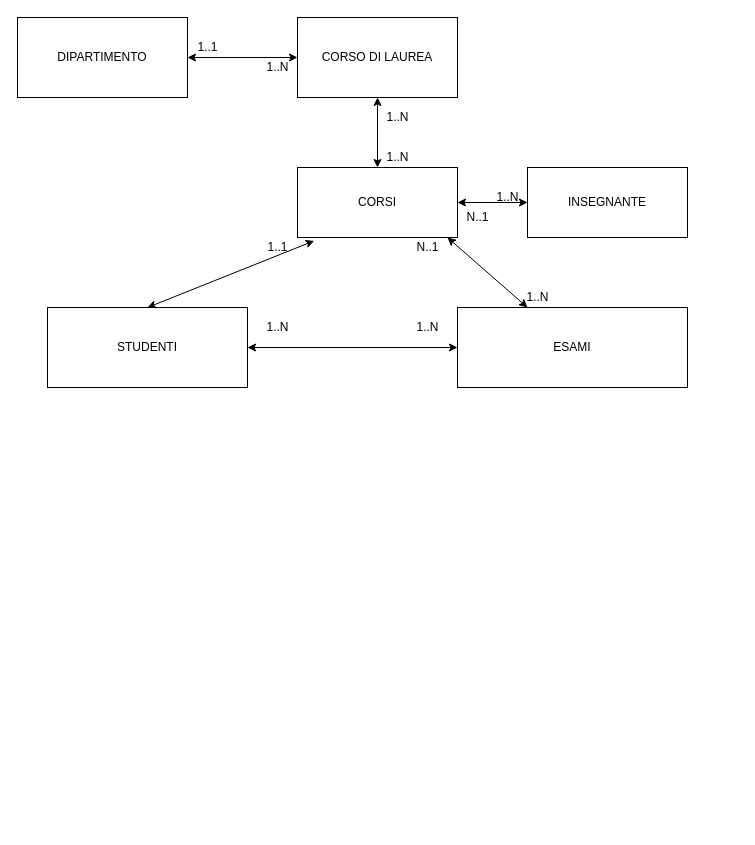
The draw.io diagram Untitled Diagram.drawio in Antoniok2/db-university, before the edit. Source tidied: cells renumbered, new cells numbered last; positions are measured from the earlier drawing's top-left corner, leaving out a move shared by most shapes. Both pictures are drawn from the tidied source at 100%, with x=0, y=0 at pixel (17, 17).
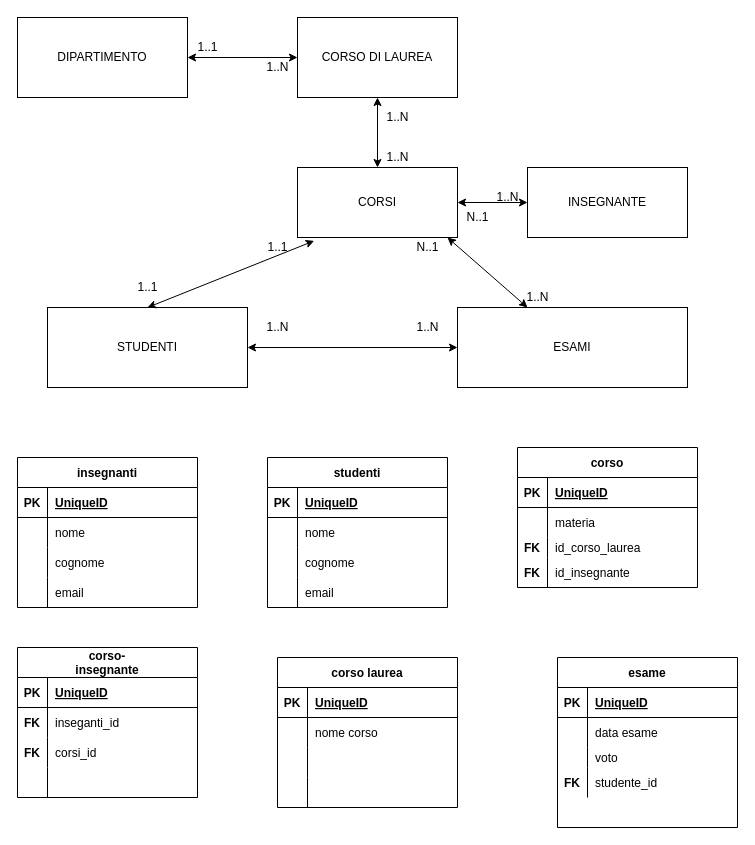
The same diagram, later.

Diff of the diagram source:
```diff
@@
+    <mxCell id="25" value="insegnanti" style="shape=table;startSize=30;childLayout=tableLayout;rowLines=0;fontStyle=1;align=center;" parent="1" vertex="1">
+      <mxGeometry y="440" width="180" height="150" as="geometry" />
+    </mxCell>
+    <mxCell id="26" style="shape=tableRow;horizontal=0;startSize=0;swimlaneHead=0;swimlaneBody=0;fillColor=none;top=0;left=0;right=0;bottom=1;" parent="25" vertex="1">
+      <mxGeometry y="30" width="180" height="30" as="geometry" />
+    </mxCell>
+    <mxCell id="27" value="PK" style="shape=partialRectangle;fillColor=none;top=0;left=0;bottom=0;right=0;fontStyle=1;overflow=hidden;" parent="26" vertex="1">
+      <mxGeometry width="30" height="30" as="geometry" />
+    </mxCell>
+    <mxCell id="28" value="UniqueID" style="shape=partialRectangle;fillColor=none;top=0;left=0;bottom=0;right=0;align=left;spacingLeft=6;fontStyle=5;overflow=hidden;" parent="26" vertex="1">
+      <mxGeometry x="30" width="150" height="30" as="geometry" />
+    </mxCell>
+    <mxCell id="29" style="shape=tableRow;horizontal=0;startSize=0;swimlaneHead=0;swimlaneBody=0;fillColor=none;top=0;left=0;right=0;bottom=0;" parent="25" vertex="1">
+      <mxGeometry y="60" width="180" height="30" as="geometry" />
+    </mxCell>
+    <mxCell id="30" style="shape=partialRectangle;fillColor=none;top=0;left=0;bottom=0;right=0;overflow=hidden;" parent="29" vertex="1">
+      <mxGeometry width="30" height="30" as="geometry" />
+    </mxCell>
+    <mxCell id="31" value="nome" style="shape=partialRectangle;fillColor=none;top=0;left=0;bottom=0;right=0;align=left;spacingLeft=6;overflow=hidden;" parent="29" vertex="1">
+      <mxGeometry x="30" width="150" height="30" as="geometry" />
+    </mxCell>
+    <mxCell id="32" style="shape=tableRow;horizontal=0;startSize=0;swimlaneHead=0;swimlaneBody=0;fillColor=none;top=0;left=0;right=0;bottom=0;" parent="25" vertex="1">
+      <mxGeometry y="90" width="180" height="30" as="geometry" />
+    </mxCell>
+    <mxCell id="33" style="shape=partialRectangle;fillColor=none;top=0;left=0;bottom=0;right=0;overflow=hidden;" parent="32" vertex="1">
+      <mxGeometry width="30" height="30" as="geometry" />
+    </mxCell>
+    <mxCell id="34" value="cognome" style="shape=partialRectangle;fillColor=none;top=0;left=0;bottom=0;right=0;align=left;spacingLeft=6;overflow=hidden;" parent="32" vertex="1">
+      <mxGeometry x="30" width="150" height="30" as="geometry" />
+    </mxCell>
+    <mxCell id="35" style="shape=tableRow;horizontal=0;startSize=0;swimlaneHead=0;swimlaneBody=0;fillColor=none;top=0;left=0;right=0;bottom=0;" parent="25" vertex="1">
+      <mxGeometry y="120" width="180" height="30" as="geometry" />
+    </mxCell>
+    <mxCell id="36" style="shape=partialRectangle;fillColor=none;top=0;left=0;bottom=0;right=0;overflow=hidden;" parent="35" vertex="1">
+      <mxGeometry width="30" height="30" as="geometry" />
+    </mxCell>
+    <mxCell id="37" value="email" style="shape=partialRectangle;fillColor=none;top=0;left=0;bottom=0;right=0;align=left;spacingLeft=6;overflow=hidden;" parent="35" vertex="1">
+      <mxGeometry x="30" width="150" height="30" as="geometry" />
+    </mxCell>
+    <mxCell id="38" value="studenti" style="shape=table;startSize=30;childLayout=tableLayout;rowLines=0;fontStyle=1;align=center;" parent="1" vertex="1">
+      <mxGeometry x="250" y="440" width="180" height="150" as="geometry" />
+    </mxCell>
+    <mxCell id="39" style="shape=tableRow;horizontal=0;startSize=0;swimlaneHead=0;swimlaneBody=0;fillColor=none;top=0;left=0;right=0;bottom=1;" parent="38" vertex="1">
+      <mxGeometry y="30" width="180" height="30" as="geometry" />
+    </mxCell>
+    <mxCell id="40" value="PK" style="shape=partialRectangle;fillColor=none;top=0;left=0;bottom=0;right=0;fontStyle=1;overflow=hidden;" parent="39" vertex="1">
+      <mxGeometry width="30" height="30" as="geometry" />
+    </mxCell>
+    <mxCell id="41" value="UniqueID" style="shape=partialRectangle;fillColor=none;top=0;left=0;bottom=0;right=0;align=left;spacingLeft=6;fontStyle=5;overflow=hidden;" parent="39" vertex="1">
+      <mxGeometry x="30" width="150" height="30" as="geometry" />
+    </mxCell>
+    <mxCell id="42" style="shape=tableRow;horizontal=0;startSize=0;swimlaneHead=0;swimlaneBody=0;fillColor=none;top=0;left=0;right=0;bottom=0;" parent="38" vertex="1">
+      <mxGeometry y="60" width="180" height="30" as="geometry" />
+    </mxCell>
+    <mxCell id="43" style="shape=partialRectangle;fillColor=none;top=0;left=0;bottom=0;right=0;overflow=hidden;" parent="42" vertex="1">
+      <mxGeometry width="30" height="30" as="geometry" />
+    </mxCell>
+    <mxCell id="44" value="nome" style="shape=partialRectangle;fillColor=none;top=0;left=0;bottom=0;right=0;align=left;spacingLeft=6;overflow=hidden;" parent="42" vertex="1">
+      <mxGeometry x="30" width="150" height="30" as="geometry" />
+    </mxCell>
+    <mxCell id="45" style="shape=tableRow;horizontal=0;startSize=0;swimlaneHead=0;swimlaneBody=0;fillColor=none;top=0;left=0;right=0;bottom=0;" parent="38" vertex="1">
+      <mxGeometry y="90" width="180" height="30" as="geometry" />
+    </mxCell>
+    <mxCell id="46" style="shape=partialRectangle;fillColor=none;top=0;left=0;bottom=0;right=0;overflow=hidden;" parent="45" vertex="1">
+      <mxGeometry width="30" height="30" as="geometry" />
+    </mxCell>
+    <mxCell id="47" value="cognome" style="shape=partialRectangle;fillColor=none;top=0;left=0;bottom=0;right=0;align=left;spacingLeft=6;overflow=hidden;" parent="45" vertex="1">
+      <mxGeometry x="30" width="150" height="30" as="geometry" />
+    </mxCell>
+    <mxCell id="48" style="shape=tableRow;horizontal=0;startSize=0;swimlaneHead=0;swimlaneBody=0;fillColor=none;top=0;left=0;right=0;bottom=0;" parent="38" vertex="1">
+      <mxGeometry y="120" width="180" height="30" as="geometry" />
+    </mxCell>
+    <mxCell id="49" style="shape=partialRectangle;fillColor=none;top=0;left=0;bottom=0;right=0;overflow=hidden;" parent="48" vertex="1">
+      <mxGeometry width="30" height="30" as="geometry" />
+    </mxCell>
+    <mxCell id="50" value="email" style="shape=partialRectangle;fillColor=none;top=0;left=0;bottom=0;right=0;align=left;spacingLeft=6;overflow=hidden;" parent="48" vertex="1">
+      <mxGeometry x="30" width="150" height="30" as="geometry" />
+    </mxCell>
+    <mxCell id="51" value="corso laurea" style="shape=table;startSize=30;childLayout=tableLayout;rowLines=0;fontStyle=1;align=center;" parent="1" vertex="1">
+      <mxGeometry x="260" y="640" width="180" height="150" as="geometry" />
+    </mxCell>
+    <mxCell id="52" style="shape=tableRow;horizontal=0;startSize=0;swimlaneHead=0;swimlaneBody=0;fillColor=none;top=0;left=0;right=0;bottom=1;" parent="51" vertex="1">
+      <mxGeometry y="30" width="180" height="30" as="geometry" />
+    </mxCell>
+    <mxCell id="53" value="PK" style="shape=partialRectangle;fillColor=none;top=0;left=0;bottom=0;right=0;fontStyle=1;overflow=hidden;" parent="52" vertex="1">
+      <mxGeometry width="30" height="30" as="geometry" />
+    </mxCell>
+    <mxCell id="54" value="UniqueID" style="shape=partialRectangle;fillColor=none;top=0;left=0;bottom=0;right=0;align=left;spacingLeft=6;fontStyle=5;overflow=hidden;" parent="52" vertex="1">
+      <mxGeometry x="30" width="150" height="30" as="geometry" />
+    </mxCell>
+    <mxCell id="55" style="shape=tableRow;horizontal=0;startSize=0;swimlaneHead=0;swimlaneBody=0;fillColor=none;top=0;left=0;right=0;bottom=0;" parent="51" vertex="1">
+      <mxGeometry y="60" width="180" height="30" as="geometry" />
+    </mxCell>
+    <mxCell id="56" style="shape=partialRectangle;fillColor=none;top=0;left=0;bottom=0;right=0;overflow=hidden;" parent="55" vertex="1">
+      <mxGeometry width="30" height="30" as="geometry" />
+    </mxCell>
+    <mxCell id="57" value="nome corso" style="shape=partialRectangle;fillColor=none;top=0;left=0;bottom=0;right=0;align=left;spacingLeft=6;overflow=hidden;" parent="55" vertex="1">
+      <mxGeometry x="30" width="150" height="30" as="geometry" />
+    </mxCell>
+    <mxCell id="58" style="shape=tableRow;horizontal=0;startSize=0;swimlaneHead=0;swimlaneBody=0;fillColor=none;top=0;left=0;right=0;bottom=0;" parent="51" vertex="1">
+      <mxGeometry y="90" width="180" height="30" as="geometry" />
+    </mxCell>
+    <mxCell id="59" style="shape=partialRectangle;fillColor=none;top=0;left=0;bottom=0;right=0;overflow=hidden;fontStyle=1;" parent="58" vertex="1">
+      <mxGeometry width="30" height="30" as="geometry" />
+    </mxCell>
+    <mxCell id="60" style="shape=partialRectangle;fillColor=none;top=0;left=0;bottom=0;right=0;align=left;spacingLeft=6;overflow=hidden;" parent="58" vertex="1">
+      <mxGeometry x="30" width="150" height="30" as="geometry" />
+    </mxCell>
+    <mxCell id="61" style="shape=tableRow;horizontal=0;startSize=0;swimlaneHead=0;swimlaneBody=0;fillColor=none;top=0;left=0;right=0;bottom=0;" parent="51" vertex="1">
+      <mxGeometry y="120" width="180" height="30" as="geometry" />
+    </mxCell>
+    <mxCell id="62" style="shape=partialRectangle;fillColor=none;top=0;left=0;bottom=0;right=0;overflow=hidden;" parent="61" vertex="1">
+      <mxGeometry width="30" height="30" as="geometry" />
+    </mxCell>
+    <mxCell id="63" style="shape=partialRectangle;fillColor=none;top=0;left=0;bottom=0;right=0;align=left;spacingLeft=6;overflow=hidden;" parent="61" vertex="1">
+      <mxGeometry x="30" width="150" height="30" as="geometry" />
+    </mxCell>
+    <mxCell id="64" value="esame" style="shape=table;startSize=30;childLayout=tableLayout;rowLines=0;fontStyle=1;align=center;" parent="1" vertex="1">
+      <mxGeometry x="540" y="640" width="180" height="170" as="geometry" />
+    </mxCell>
+    <mxCell id="65" style="shape=tableRow;horizontal=0;startSize=0;swimlaneHead=0;swimlaneBody=0;fillColor=none;top=0;left=0;right=0;bottom=1;" parent="64" vertex="1">
+      <mxGeometry y="30" width="180" height="30" as="geometry" />
+    </mxCell>
+    <mxCell id="66" value="PK" style="shape=partialRectangle;fillColor=none;top=0;left=0;bottom=0;right=0;fontStyle=1;overflow=hidden;" parent="65" vertex="1">
+      <mxGeometry width="30" height="30" as="geometry" />
+    </mxCell>
+    <mxCell id="67" value="UniqueID" style="shape=partialRectangle;fillColor=none;top=0;left=0;bottom=0;right=0;align=left;spacingLeft=6;fontStyle=5;overflow=hidden;" parent="65" vertex="1">
+      <mxGeometry x="30" width="150" height="30" as="geometry" />
+    </mxCell>
+    <mxCell id="68" style="shape=tableRow;horizontal=0;startSize=0;swimlaneHead=0;swimlaneBody=0;fillColor=none;top=0;left=0;right=0;bottom=0;" parent="64" vertex="1">
+      <mxGeometry y="60" width="180" height="30" as="geometry" />
+    </mxCell>
+    <mxCell id="69" style="shape=partialRectangle;fillColor=none;top=0;left=0;bottom=0;right=0;overflow=hidden;" parent="68" vertex="1">
+      <mxGeometry width="30" height="30" as="geometry" />
+    </mxCell>
+    <mxCell id="70" value="data esame" style="shape=partialRectangle;fillColor=none;top=0;left=0;bottom=0;right=0;align=left;spacingLeft=6;overflow=hidden;" parent="68" vertex="1">
+      <mxGeometry x="30" width="150" height="30" as="geometry" />
+    </mxCell>
+    <mxCell id="71" style="shape=tableRow;horizontal=0;startSize=0;swimlaneHead=0;swimlaneBody=0;fillColor=none;top=0;left=0;right=0;bottom=0;" parent="64" vertex="1">
+      <mxGeometry y="90" width="180" height="20" as="geometry" />
+    </mxCell>
+    <mxCell id="72" style="shape=partialRectangle;fillColor=none;top=0;left=0;bottom=0;right=0;overflow=hidden;" parent="71" vertex="1">
+      <mxGeometry width="30" height="20" as="geometry" />
+    </mxCell>
+    <mxCell id="73" value="voto" style="shape=partialRectangle;fillColor=none;top=0;left=0;bottom=0;right=0;align=left;spacingLeft=6;overflow=hidden;" parent="71" vertex="1">
+      <mxGeometry x="30" width="150" height="20" as="geometry" />
+    </mxCell>
+    <mxCell id="74" style="shape=tableRow;horizontal=0;startSize=0;swimlaneHead=0;swimlaneBody=0;fillColor=none;top=0;left=0;right=0;bottom=0;" parent="64" vertex="1">
+      <mxGeometry y="110" width="180" height="30" as="geometry" />
+    </mxCell>
+    <mxCell id="75" value="FK" style="shape=partialRectangle;fillColor=none;top=0;left=0;bottom=0;right=0;overflow=hidden;fontStyle=1;" parent="74" vertex="1">
+      <mxGeometry width="30" height="30" as="geometry" />
+    </mxCell>
+    <mxCell id="76" value="studente_id" style="shape=partialRectangle;fillColor=none;top=0;left=0;bottom=0;right=0;align=left;spacingLeft=6;overflow=hidden;" parent="74" vertex="1">
+      <mxGeometry x="30" width="150" height="30" as="geometry" />
+    </mxCell>
+    <mxCell id="77" value="corso-&#10;insegnante" style="shape=table;startSize=30;childLayout=tableLayout;rowLines=0;fontStyle=1;align=center;" parent="1" vertex="1">
+      <mxGeometry y="630" width="180" height="150" as="geometry" />
+    </mxCell>
+    <mxCell id="78" style="shape=tableRow;horizontal=0;startSize=0;swimlaneHead=0;swimlaneBody=0;fillColor=none;top=0;left=0;right=0;bottom=1;" parent="77" vertex="1">
+      <mxGeometry y="30" width="180" height="30" as="geometry" />
+    </mxCell>
+    <mxCell id="79" value="PK" style="shape=partialRectangle;fillColor=none;top=0;left=0;bottom=0;right=0;fontStyle=1;overflow=hidden;" parent="78" vertex="1">
+      <mxGeometry width="30" height="30" as="geometry" />
+    </mxCell>
+    <mxCell id="80" value="UniqueID" style="shape=partialRectangle;fillColor=none;top=0;left=0;bottom=0;right=0;align=left;spacingLeft=6;fontStyle=5;overflow=hidden;" parent="78" vertex="1">
+      <mxGeometry x="30" width="150" height="30" as="geometry" />
+    </mxCell>
+    <mxCell id="81" style="shape=tableRow;horizontal=0;startSize=0;swimlaneHead=0;swimlaneBody=0;fillColor=none;top=0;left=0;right=0;bottom=0;" parent="77" vertex="1">
+      <mxGeometry y="60" width="180" height="30" as="geometry" />
+    </mxCell>
+    <mxCell id="82" value="FK" style="shape=partialRectangle;fillColor=none;top=0;left=0;bottom=0;right=0;overflow=hidden;fontStyle=1;" parent="81" vertex="1">
+      <mxGeometry width="30" height="30" as="geometry" />
+    </mxCell>
+    <mxCell id="83" value="inseganti_id" style="shape=partialRectangle;fillColor=none;top=0;left=0;bottom=0;right=0;align=left;spacingLeft=6;overflow=hidden;" parent="81" vertex="1">
+      <mxGeometry x="30" width="150" height="30" as="geometry" />
+    </mxCell>
+    <mxCell id="84" style="shape=tableRow;horizontal=0;startSize=0;swimlaneHead=0;swimlaneBody=0;fillColor=none;top=0;left=0;right=0;bottom=0;" parent="77" vertex="1">
+      <mxGeometry y="90" width="180" height="30" as="geometry" />
+    </mxCell>
+    <mxCell id="85" value="FK" style="shape=partialRectangle;fillColor=none;top=0;left=0;bottom=0;right=0;overflow=hidden;fontStyle=1;" parent="84" vertex="1">
+      <mxGeometry width="30" height="30" as="geometry" />
+    </mxCell>
+    <mxCell id="86" value="corsi_id" style="shape=partialRectangle;fillColor=none;top=0;left=0;bottom=0;right=0;align=left;spacingLeft=6;overflow=hidden;" parent="84" vertex="1">
+      <mxGeometry x="30" width="150" height="30" as="geometry" />
+    </mxCell>
+    <mxCell id="87" style="shape=tableRow;horizontal=0;startSize=0;swimlaneHead=0;swimlaneBody=0;fillColor=none;top=0;left=0;right=0;bottom=0;" parent="77" vertex="1">
+      <mxGeometry y="120" width="180" height="30" as="geometry" />
+    </mxCell>
+    <mxCell id="88" style="shape=partialRectangle;fillColor=none;top=0;left=0;bottom=0;right=0;overflow=hidden;" parent="87" vertex="1">
+      <mxGeometry width="30" height="30" as="geometry" />
+    </mxCell>
+    <mxCell id="89" style="shape=partialRectangle;fillColor=none;top=0;left=0;bottom=0;right=0;align=left;spacingLeft=6;overflow=hidden;" parent="87" vertex="1">
+      <mxGeometry x="30" width="150" height="30" as="geometry" />
+    </mxCell>
+    <mxCell id="90" value="corso" style="shape=table;startSize=30;childLayout=tableLayout;rowLines=0;fontStyle=1;align=center;" parent="1" vertex="1">
+      <mxGeometry x="500" y="430" width="180" height="140" as="geometry" />
+    </mxCell>
+    <mxCell id="91" style="shape=tableRow;horizontal=0;startSize=0;swimlaneHead=0;swimlaneBody=0;fillColor=none;top=0;left=0;right=0;bottom=1;" parent="90" vertex="1">
+      <mxGeometry y="30" width="180" height="30" as="geometry" />
+    </mxCell>
+    <mxCell id="92" value="PK" style="shape=partialRectangle;fillColor=none;top=0;left=0;bottom=0;right=0;fontStyle=1;overflow=hidden;" parent="91" vertex="1">
+      <mxGeometry width="30" height="30" as="geometry" />
+    </mxCell>
+    <mxCell id="93" value="UniqueID" style="shape=partialRectangle;fillColor=none;top=0;left=0;bottom=0;right=0;align=left;spacingLeft=6;fontStyle=5;overflow=hidden;" parent="91" vertex="1">
+      <mxGeometry x="30" width="150" height="30" as="geometry" />
+    </mxCell>
+    <mxCell id="94" style="shape=tableRow;horizontal=0;startSize=0;swimlaneHead=0;swimlaneBody=0;fillColor=none;top=0;left=0;right=0;bottom=0;" parent="90" vertex="1">
+      <mxGeometry y="60" width="180" height="30" as="geometry" />
+    </mxCell>
+    <mxCell id="95" style="shape=partialRectangle;fillColor=none;top=0;left=0;bottom=0;right=0;overflow=hidden;" parent="94" vertex="1">
+      <mxGeometry width="30" height="30" as="geometry" />
+    </mxCell>
+    <mxCell id="96" value="materia" style="shape=partialRectangle;fillColor=none;top=0;left=0;bottom=0;right=0;align=left;spacingLeft=6;overflow=hidden;" parent="94" vertex="1">
+      <mxGeometry x="30" width="150" height="30" as="geometry" />
+    </mxCell>
+    <mxCell id="97" style="shape=tableRow;horizontal=0;startSize=0;swimlaneHead=0;swimlaneBody=0;fillColor=none;top=0;left=0;right=0;bottom=0;" parent="90" vertex="1">
+      <mxGeometry y="90" width="180" height="20" as="geometry" />
+    </mxCell>
+    <mxCell id="98" value="FK" style="shape=partialRectangle;fillColor=none;top=0;left=0;bottom=0;right=0;overflow=hidden;fontStyle=1;" parent="97" vertex="1">
+      <mxGeometry width="30" height="20" as="geometry" />
+    </mxCell>
+    <mxCell id="99" value="id_corso_laurea" style="shape=partialRectangle;fillColor=none;top=0;left=0;bottom=0;right=0;align=left;spacingLeft=6;overflow=hidden;" parent="97" vertex="1">
+      <mxGeometry x="30" width="150" height="20" as="geometry" />
+    </mxCell>
+    <mxCell id="100" style="shape=tableRow;horizontal=0;startSize=0;swimlaneHead=0;swimlaneBody=0;fillColor=none;top=0;left=0;right=0;bottom=0;" parent="90" vertex="1">
+      <mxGeometry y="110" width="180" height="30" as="geometry" />
+    </mxCell>
+    <mxCell id="101" value="FK" style="shape=partialRectangle;fillColor=none;top=0;left=0;bottom=0;right=0;overflow=hidden;fontStyle=1;" parent="100" vertex="1">
+      <mxGeometry width="30" height="30" as="geometry" />
+    </mxCell>
+    <mxCell id="102" value="id_insegnante" style="shape=partialRectangle;fillColor=none;top=0;left=0;bottom=0;right=0;align=left;spacingLeft=6;overflow=hidden;" parent="100" vertex="1">
+      <mxGeometry x="30" width="150" height="30" as="geometry" />
+    </mxCell>
+    <mxCell id="103" value="1..1" style="text;html=1;align=center;verticalAlign=middle;strokeColor=none;fillColor=none;" parent="1" vertex="1">
+      <mxGeometry x="110" y="260" width="40" height="20" as="geometry" />
+    </mxCell>
```
